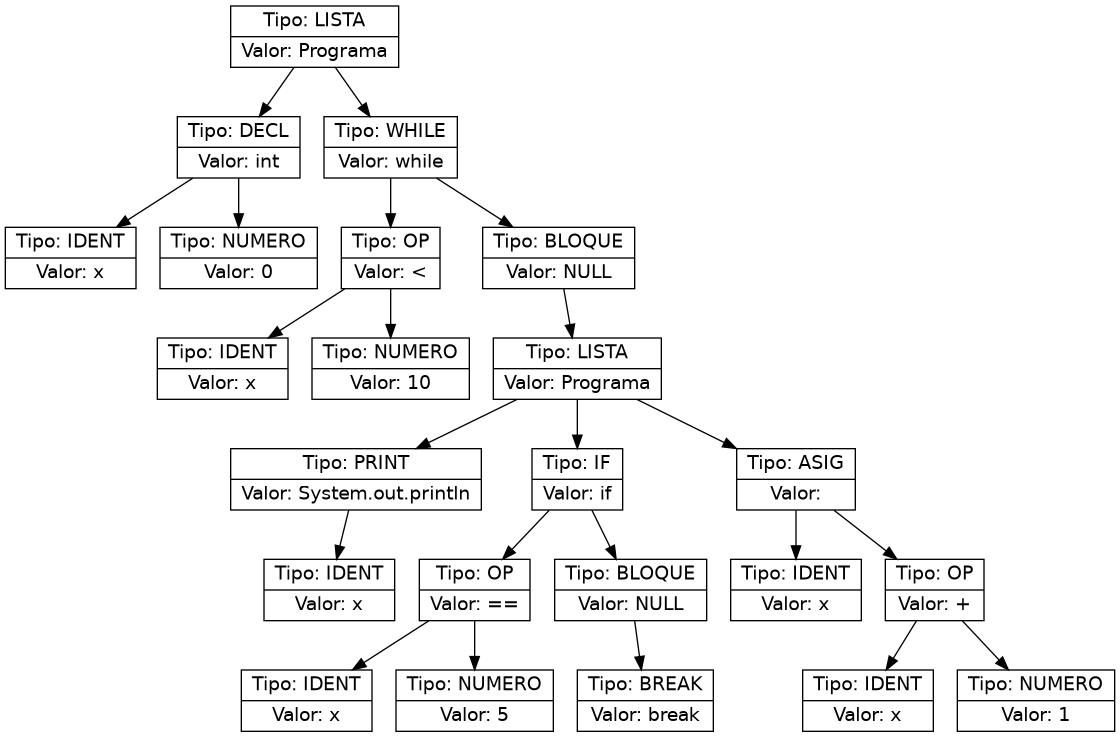
This is ast.png from Farot30/OLC2_2s2025_202307820, a Graphviz export, as it was before one commit. Its source is kept beside it as ast.dot.
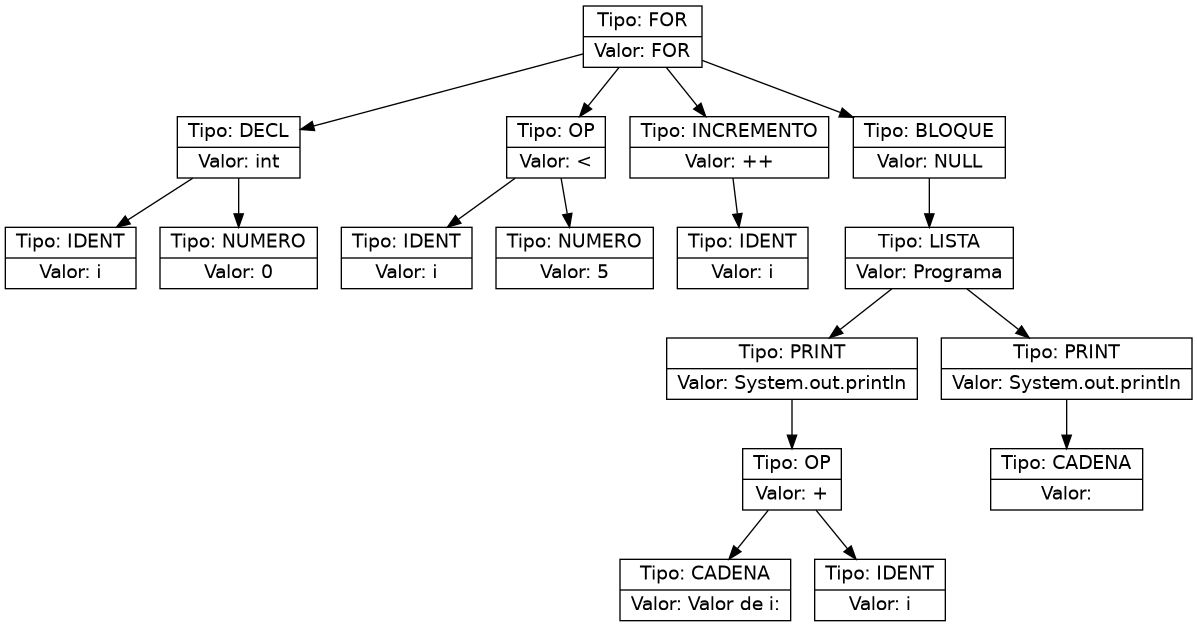
After the commit.

Change to the diagram source:
```diff
@@ -1,48 +1,37 @@
 digraph AST {
   node [shape=record,fontname="Helvetica"];
-  n0x599555ebe1a0 [label="{Tipo: LISTA|Valor: Programa}"];
-  n0x599555ebe1a0 -> n0x599555d265a0;
-  n0x599555d265a0 [label="{Tipo: DECL|Valor: int}"];
-  n0x599555d265a0 -> n0x599555ec1ef0;
-  n0x599555ec1ef0 [label="{Tipo: IDENT|Valor: x}"];
-  n0x599555d265a0 -> n0x599555ce6910;
-  n0x599555ce6910 [label="{Tipo: NUMERO|Valor: 0}"];
-  n0x599555ebe1a0 -> n0x59955596ab80;
-  n0x59955596ab80 [label="{Tipo: WHILE|Valor: while}"];
-  n0x59955596ab80 -> n0x599555939ee0;
-  n0x599555939ee0 [label="{Tipo: OP|Valor: &lt;}"];
-  n0x599555939ee0 -> n0x599555f7a380;
-  n0x599555f7a380 [label="{Tipo: IDENT|Valor: x}"];
-  n0x599555939ee0 -> n0x599555cb44f0;
-  n0x599555cb44f0 [label="{Tipo: NUMERO|Valor: 10}"];
-  n0x59955596ab80 -> n0x599555cbe1d0;
-  n0x599555cbe1d0 [label="{Tipo: BLOQUE|Valor: NULL}"];
-  n0x599555cbe1d0 -> n0x599555ce2ba0;
-  n0x599555ce2ba0 [label="{Tipo: LISTA|Valor: Programa}"];
-  n0x599555ce2ba0 -> n0x599555ec3d90;
-  n0x599555ec3d90 [label="{Tipo: PRINT|Valor: System.out.println}"];
-  n0x599555ec3d90 -> n0x599555b289b0;
-  n0x599555b289b0 [label="{Tipo: IDENT|Valor: x}"];
-  n0x599555ce2ba0 -> n0x599555ea0560;
-  n0x599555ea0560 [label="{Tipo: IF|Valor: if}"];
-  n0x599555ea0560 -> n0x599555e89580;
-  n0x599555e89580 [label="{Tipo: OP|Valor: ==}"];
-  n0x599555e89580 -> n0x599555b436c0;
-  n0x599555b436c0 [label="{Tipo: IDENT|Valor: x}"];
-  n0x599555e89580 -> n0x599555e248d0;
-  n0x599555e248d0 [label="{Tipo: NUMERO|Valor: 5}"];
-  n0x599555ea0560 -> n0x599555c1edf0;
-  n0x599555c1edf0 [label="{Tipo: BLOQUE|Valor: NULL}"];
-  n0x599555c1edf0 -> n0x599555e8a400;
-  n0x599555e8a400 [label="{Tipo: BREAK|Valor: break}"];
-  n0x599555ce2ba0 -> n0x599555abad20;
-  n0x599555abad20 [label="{Tipo: ASIG|Valor: }"];
-  n0x599555abad20 -> n0x599555ce65a0;
-  n0x599555ce65a0 [label="{Tipo: IDENT|Valor: x}"];
-  n0x599555abad20 -> n0x599555e873b0;
-  n0x599555e873b0 [label="{Tipo: OP|Valor: +}"];
-  n0x599555e873b0 -> n0x599555b43090;
-  n0x599555b43090 [label="{Tipo: IDENT|Valor: x}"];
-  n0x599555e873b0 -> n0x599555e9e200;
-  n0x599555e9e200 [label="{Tipo: NUMERO|Valor: 1}"];
+  n0x572cb30912b0 [label="{Tipo: FOR|Valor: FOR}"];
+  n0x572cb30912b0 -> n0x572cb2fa6190;
+  n0x572cb2fa6190 [label="{Tipo: DECL|Valor: int}"];
+  n0x572cb2fa6190 -> n0x572cb2e93800;
+  n0x572cb2e93800 [label="{Tipo: IDENT|Valor: i}"];
+  n0x572cb2fa6190 -> n0x572cb2d7b760;
+  n0x572cb2d7b760 [label="{Tipo: NUMERO|Valor: 0}"];
+  n0x572cb30912b0 -> n0x572cb2be2240;
+  n0x572cb2be2240 [label="{Tipo: OP|Valor: &lt;}"];
+  n0x572cb2be2240 -> n0x572cb2def170;
+  n0x572cb2def170 [label="{Tipo: IDENT|Valor: i}"];
+  n0x572cb2be2240 -> n0x572cb3051f50;
+  n0x572cb3051f50 [label="{Tipo: NUMERO|Valor: 5}"];
+  n0x572cb30912b0 -> n0x572cb2dd7120;
+  n0x572cb2dd7120 [label="{Tipo: INCREMENTO|Valor: ++}"];
+  n0x572cb2dd7120 -> n0x572cb2f31450;
+  n0x572cb2f31450 [label="{Tipo: IDENT|Valor: i}"];
+  n0x572cb30912b0 -> n0x572cb2f91830;
+  n0x572cb2f91830 [label="{Tipo: BLOQUE|Valor: NULL}"];
+  n0x572cb2f91830 -> n0x572cb3094de0;
+  n0x572cb3094de0 [label="{Tipo: LISTA|Valor: Programa}"];
+  n0x572cb3094de0 -> n0x572cb2fa8460;
+  n0x572cb2fa8460 [label="{Tipo: PRINT|Valor: System.out.println}"];
+  n0x572cb2fa8460 -> n0x572cb30a0a00;
+  n0x572cb30a0a00 [label="{Tipo: OP|Valor: +}"];
+  n0x572cb30a0a00 -> n0x572cb2f2ce60;
+  n0x572cb2f2ce60 [label="{Tipo: CADENA|Valor: Valor de i: }"];
+  n0x572cb30a0a00 -> n0x572cb2b67480;
+  n0x572cb2b67480 [label="{Tipo: IDENT|Valor: i}"];
+  n0x572cb3094de0 -> n0x572cb2e966c0;
+  n0x572cb2e966c0 [label="{Tipo: PRINT|Valor: System.out.println}"];
+  n0x572cb2e966c0 -> n0x572cb2d756b0;
+  n0x572cb2d756b0 [label="{Tipo: CADENA|Valor:
+}"];
 }
```
